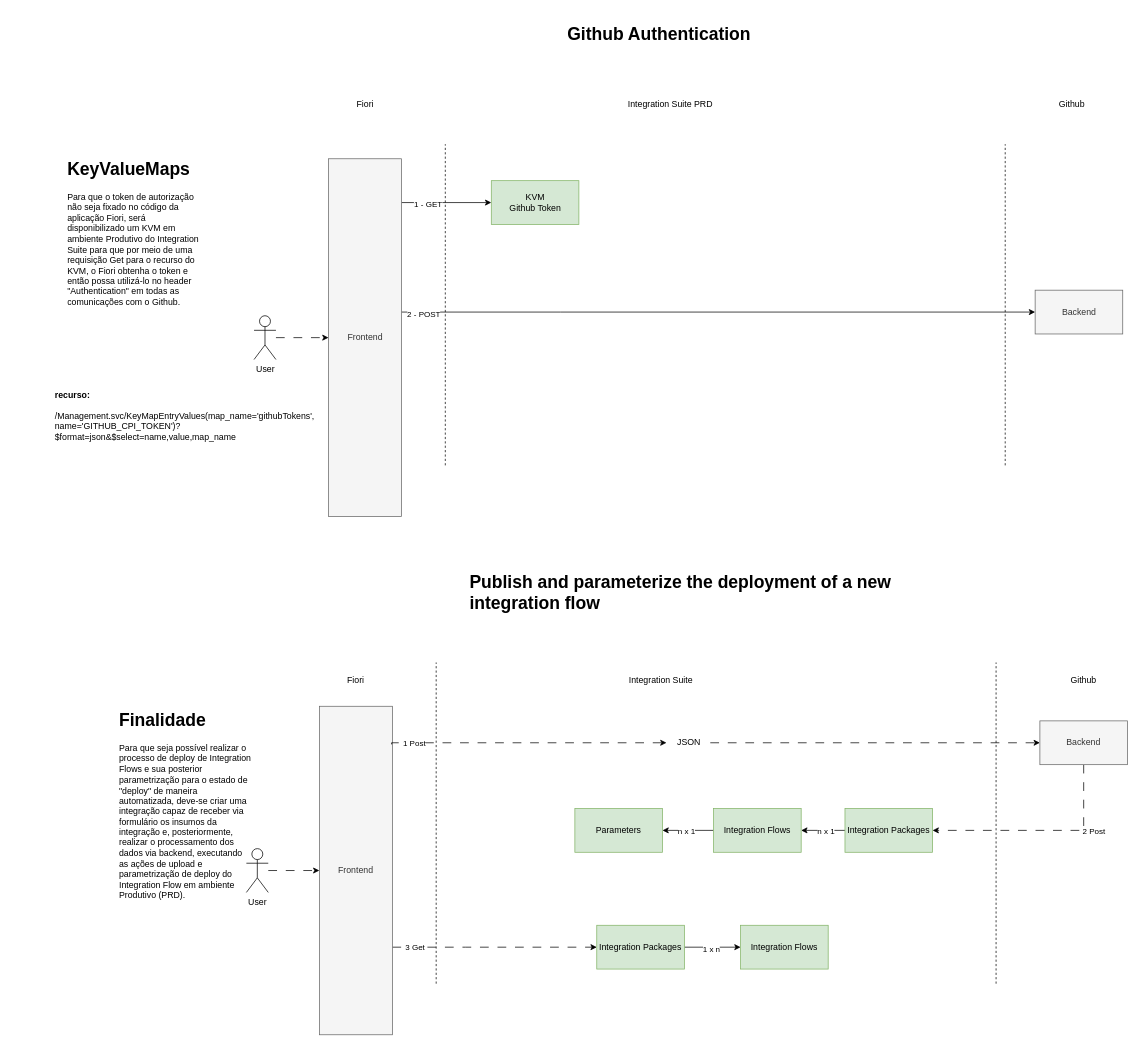
gabriel-rodrigues-f/sap-cloud-integration-architectural-diagrams keeps this draw.io diagram as page "Integration UseCases" (4 of 5) of cpi-publisher-diagram.drawio. Above is the earlier version. Source tidied: cells renumbered, new cells numbered last; positions are measured from the earlier drawing's top-left corner, leaving out a move shared by most shapes. Both pictures are drawn from the tidied source at 73%, with x=0, y=0 at pixel (53, 20).
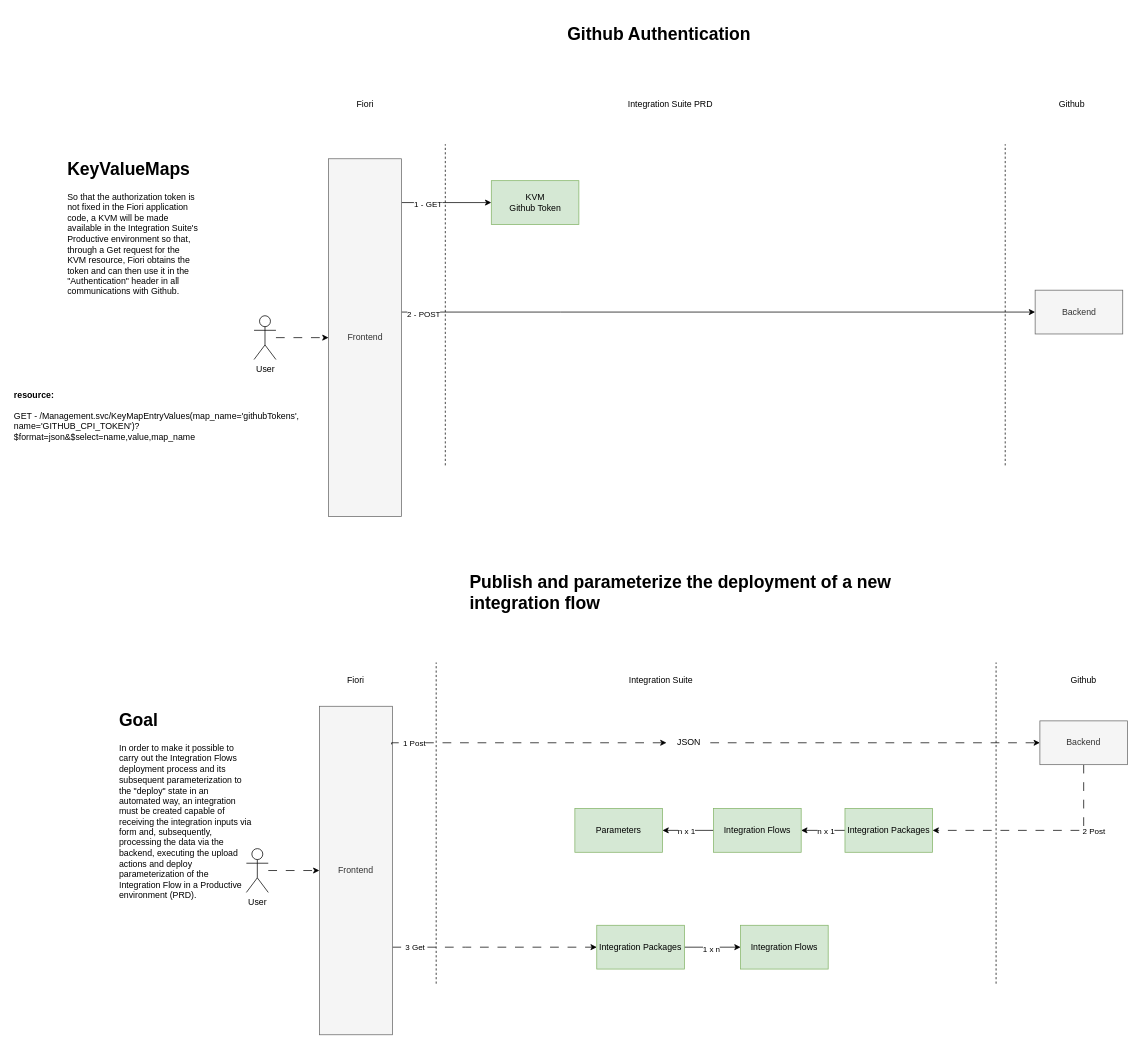
The same page after the edit.

Change to the diagram source:
```diff
@@
-    <mxCell id="30" value="&lt;h1&gt;Finalidade&lt;/h1&gt;&lt;p&gt;Para que seja possível realizar o processo de deploy de Integration Flows e sua posterior parametrização para o estado de &quot;deploy&quot; de maneira automatizada, deve-se criar uma integração capaz de receber via formulário os insumos da integração e, posteriormente, realizar o processamento dos dados via backend, executando as ações de upload e parametrização de deploy do Integration Flow em ambiente Produtivo (PRD).&lt;/p&gt;" style="text;html=1;strokeColor=none;fillColor=none;spacing=5;spacingTop=-20;whiteSpace=wrap;overflow=hidden;rounded=0;" parent="1" vertex="1">
+    <mxCell id="30" value="&lt;h1&gt;Goal&lt;/h1&gt;&lt;p&gt;In order to make it possible to carry out the Integration Flows deployment process and its subsequent parameterization to the &quot;deploy&quot; state in an automated way, an integration must be created capable of receiving the integration inputs via form and, subsequently, processing the data via the backend, executing the upload actions and deploy parameterization of the Integration Flow in a Productive environment (PRD).&lt;/p&gt;" style="text;html=1;strokeColor=none;fillColor=none;spacing=5;spacingTop=-20;whiteSpace=wrap;overflow=hidden;rounded=0;" parent="1" vertex="1">
       <mxGeometry x="84.5" y="940" width="190" height="270" as="geometry" />
     </mxCell>
@@
-    <mxCell id="47" value="&lt;h1&gt;KeyValueMaps&lt;/h1&gt;&lt;p&gt;Para que o token de autorização não seja fixado no código da aplicação Fiori, será disponibilizado um KVM em ambiente Produtivo do Integration Suite para que por meio de uma requisição Get para o recurso do KVM, o Fiori obtenha o token e então possa utilizá-lo no header &quot;Authentication&quot; em todas as comunicações com o Github.&lt;/p&gt;" style="text;html=1;strokeColor=none;fillColor=none;spacing=5;spacingTop=-20;whiteSpace=wrap;overflow=hidden;rounded=0;" parent="1" vertex="1">
+    <mxCell id="47" value="&lt;h1&gt;KeyValueMaps&lt;/h1&gt;&lt;p&gt;So that the authorization token is not fixed in the Fiori application code, a KVM will be made available in the Integration Suite's Productive environment so that, through a Get request for the KVM resource, Fiori obtains the token and can then use it in the &quot;Authentication&quot; header in all communications with Github.&lt;/p&gt;" style="text;html=1;strokeColor=none;fillColor=none;spacing=5;spacingTop=-20;whiteSpace=wrap;overflow=hidden;rounded=0;" parent="1" vertex="1">
       <mxGeometry x="14" y="185" width="190" height="220" as="geometry" />
     </mxCell>
-    <mxCell id="48" value="&lt;b&gt;recurso:&lt;br&gt;&lt;br&gt;&lt;/b&gt;/Management.svc/KeyMapEntryValues(map_name='githubTokens',&lt;br&gt;name='GITHUB_CPI_TOKEN')?&lt;br&gt;$format=json&amp;amp;$select=name,value,map_name&lt;b&gt;&lt;br&gt;&lt;/b&gt;" style="text;html=1;strokeColor=none;fillColor=none;align=left;verticalAlign=top;rounded=0;whiteSpace=wrap;" parent="1" vertex="1">
-      <mxGeometry x="-0.5" y="500" width="360" height="80" as="geometry" />
+    <mxCell id="48" value="&lt;b&gt;resource:&lt;br&gt;&lt;br&gt;&lt;/b&gt;GET - /Management.svc/KeyMapEntryValues(map_name='githubTokens',&lt;br&gt;name='GITHUB_CPI_TOKEN')?&lt;br&gt;$format=json&amp;amp;$select=name,value,map_name&lt;b&gt;&lt;br&gt;&lt;/b&gt;" style="text;html=1;strokeColor=none;fillColor=none;align=left;verticalAlign=top;rounded=0;whiteSpace=wrap;" parent="1" vertex="1">
+      <mxGeometry x="-56" y="500" width="415.5" height="80" as="geometry" />
     </mxCell>
```
